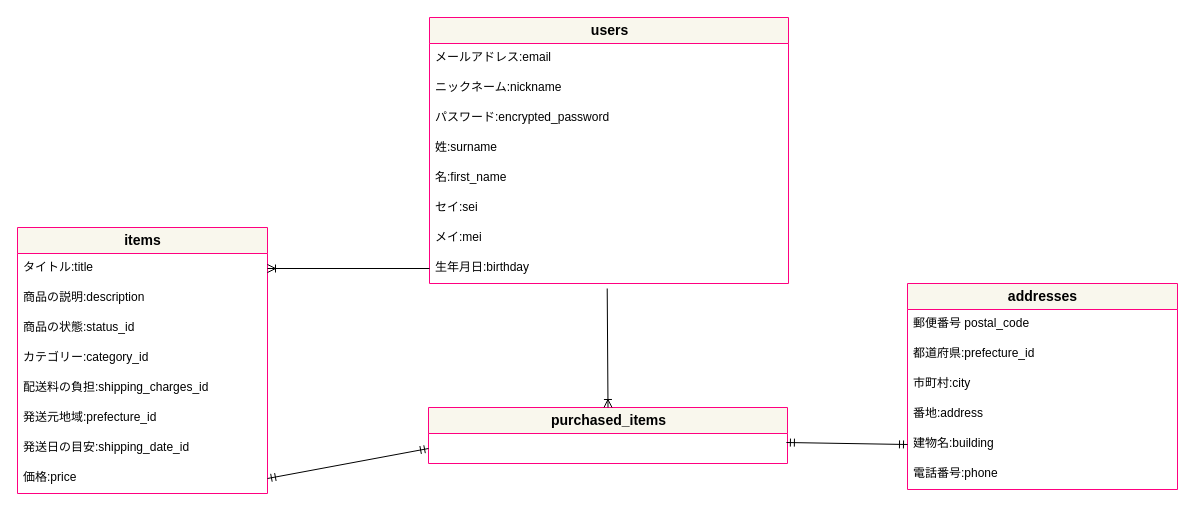
Before: er.dio in MikaArakawa/furima-35455, a draw.io diagram. Source tidied: cells renumbered, new cells numbered last; positions are measured from the earlier drawing's top-left corner, leaving out a move shared by most shapes. Both pictures are drawn from the tidied source at 100%, with x=0, y=0 at pixel (17, 17).
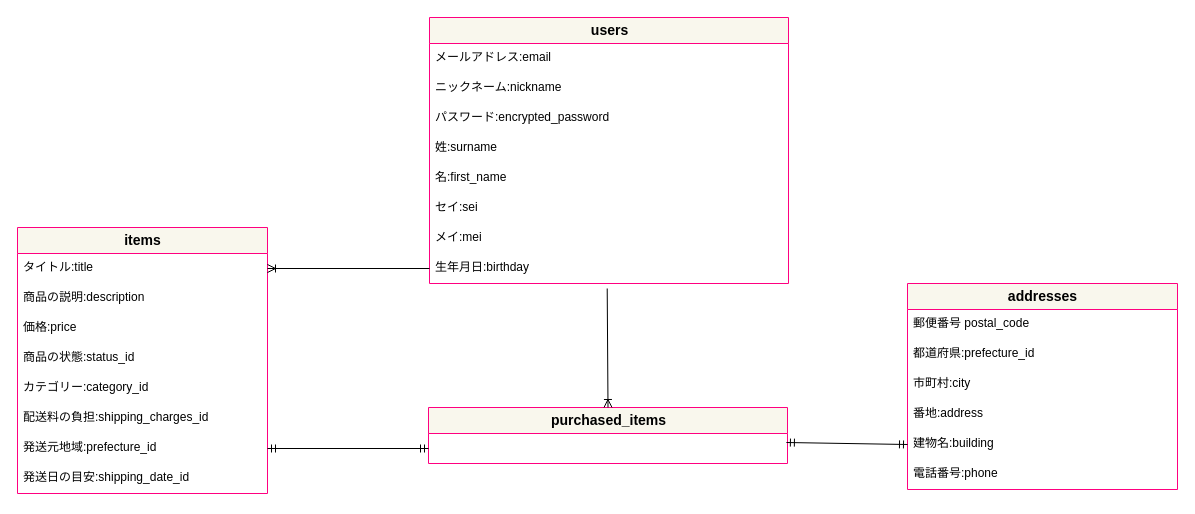
After the change.

The change refers to these unchanged cells:
```xml
<mxCell id="2" value="&lt;font color=&quot;#000000&quot;&gt;&lt;b&gt;items&lt;/b&gt;&lt;/font&gt;" style="swimlane;fontStyle=0;horizontal=1;startSize=26;align=center;fontSize=14;strokeColor=#FF0080;fillColor=#f9f7ed;html=1;" parent="1" vertex="1">
  <mxGeometry y="210" width="250" height="266" as="geometry" />
</mxCell>
```

The edit, as a diff of the source:
```diff
@@
+    <mxCell id="10" value="価格:price" style="text;strokeColor=none;fillColor=none;spacingLeft=4;spacingRight=4;overflow=hidden;points=[[0,0.5],[1,0.5]];portConstraint=eastwest;fontSize=12;" parent="2" vertex="1">
+      <mxGeometry y="86" width="250" height="30" as="geometry" />
+    </mxCell>
     <mxCell id="5" value="商品の状態:status_id" style="text;strokeColor=none;fillColor=none;spacingLeft=4;spacingRight=4;overflow=hidden;fontSize=12;" parent="2" vertex="1">
-      <mxGeometry y="86" width="250" height="30" as="geometry" />
+      <mxGeometry y="116" width="250" height="30" as="geometry" />
     </mxCell>
     <mxCell id="6" value="カテゴリー:category_id" style="text;strokeColor=none;fillColor=none;spacingLeft=4;spacingRight=4;overflow=hidden;fontSize=12;" parent="2" vertex="1">
-      <mxGeometry y="116" width="250" height="30" as="geometry" />
+      <mxGeometry y="146" width="250" height="30" as="geometry" />
     </mxCell>
     <mxCell id="7" value="配送料の負担:shipping_charges_id" style="text;strokeColor=none;fillColor=none;spacingLeft=4;spacingRight=4;overflow=hidden;fontSize=12;" parent="2" vertex="1">
-      <mxGeometry y="146" width="250" height="30" as="geometry" />
+      <mxGeometry y="176" width="250" height="30" as="geometry" />
     </mxCell>
     <mxCell id="8" value="発送元地域:prefecture_id" style="text;strokeColor=none;fillColor=none;spacingLeft=4;spacingRight=4;overflow=hidden;points=[[0,0.5],[1,0.5]];portConstraint=eastwest;fontSize=12;" parent="2" vertex="1">
-      <mxGeometry y="176" width="250" height="30" as="geometry" />
+      <mxGeometry y="206" width="250" height="30" as="geometry" />
     </mxCell>
     <mxCell id="9" value="発送日の目安:shipping_date_id" style="text;strokeColor=none;fillColor=none;spacingLeft=4;spacingRight=4;overflow=hidden;fontSize=12;" parent="2" vertex="1">
-      <mxGeometry y="206" width="250" height="30" as="geometry" />
+      <mxGeometry y="236" width="250" height="30" as="geometry" />
     </mxCell>
-    <mxCell id="10" value="価格:price" style="text;strokeColor=none;fillColor=none;spacingLeft=4;spacingRight=4;overflow=hidden;points=[[0,0.5],[1,0.5]];portConstraint=eastwest;fontSize=12;" parent="2" vertex="1">
-      <mxGeometry y="236" width="250" height="30" as="geometry" />
-    </mxCell>
@@
-    <mxCell id="31" style="fontSize=12;html=1;endArrow=ERmandOne;startArrow=ERmandOne;strokeWidth=1;entryX=0;entryY=0.5;entryDx=0;entryDy=0;exitX=1;exitY=0.5;exitDx=0;exitDy=0;" parent="1" edge="1" source="10">
+    <mxCell id="31" style="fontSize=12;html=1;endArrow=ERmandOne;startArrow=ERmandOne;strokeWidth=1;entryX=0;entryY=0.5;entryDx=0;entryDy=0;exitX=1;exitY=0.5;exitDx=0;exitDy=0;" parent="1" edge="1" source="8">
       <mxGeometry relative="1" as="geometry">
         <mxPoint x="411" y="431" as="targetPoint" />
       </mxGeometry>
     </mxCell>
```
